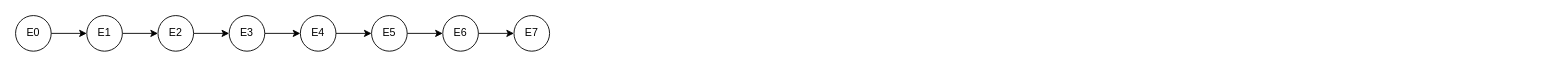
rulgamer03/Mapas keeps this draw.io diagram as Untitled Diagram.drawio. Above is the earlier version. Source tidied: cells renumbered, new cells numbered last; positions are measured from the earlier drawing's top-left corner, leaving out a move shared by most shapes. Both pictures are drawn from the tidied source at 89%, with x=0, y=0 at pixel (15, 15).
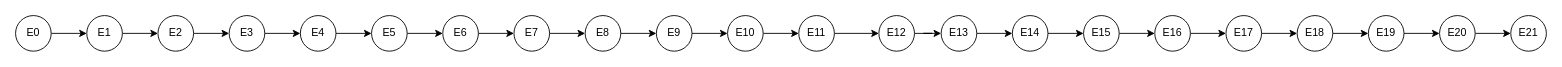
Above is the later version.

Unchanged cells that the change refers to:
```xml
<mxCell id="16" value="E7" style="ellipse;whiteSpace=wrap;html=1;" parent="1" vertex="1">
  <mxGeometry x="560" width="40" height="40" as="geometry" />
</mxCell>
```

Change to the diagram source:
```diff
@@
+    <mxCell id="17" style="edgeStyle=orthogonalEdgeStyle;rounded=0;jettySize=auto;html=1;" parent="1" edge="1" source="16" target="19">
+      <mxGeometry relative="1" as="geometry" />
+    </mxCell>
@@
+    <mxCell id="18" style="edgeStyle=orthogonalEdgeStyle;rounded=0;jettySize=auto;html=1;" parent="1" edge="1" source="19" target="21">
+      <mxGeometry relative="1" as="geometry" />
+    </mxCell>
+    <mxCell id="19" value="E8" style="ellipse;whiteSpace=wrap;html=1;" parent="1" vertex="1">
+      <mxGeometry x="640" width="40" height="40" as="geometry" />
+    </mxCell>
+    <mxCell id="20" style="edgeStyle=orthogonalEdgeStyle;rounded=0;jettySize=auto;html=1;" parent="1" edge="1" source="21" target="23">
+      <mxGeometry relative="1" as="geometry" />
+    </mxCell>
+    <mxCell id="21" value="E9" style="ellipse;whiteSpace=wrap;html=1;" parent="1" vertex="1">
+      <mxGeometry x="720" width="40" height="40" as="geometry" />
+    </mxCell>
+    <mxCell id="22" style="edgeStyle=orthogonalEdgeStyle;rounded=0;jettySize=auto;html=1;" parent="1" edge="1" source="23" target="25">
+      <mxGeometry relative="1" as="geometry" />
+    </mxCell>
+    <mxCell id="23" value="E10" style="ellipse;whiteSpace=wrap;html=1;" parent="1" vertex="1">
+      <mxGeometry x="800" width="40" height="40" as="geometry" />
+    </mxCell>
+    <mxCell id="24" style="edgeStyle=orthogonalEdgeStyle;rounded=0;jettySize=auto;html=1;" parent="1" edge="1" source="25" target="27">
+      <mxGeometry relative="1" as="geometry" />
+    </mxCell>
+    <mxCell id="25" value="E11" style="ellipse;whiteSpace=wrap;html=1;" parent="1" vertex="1">
+      <mxGeometry x="880" width="40" height="40" as="geometry" />
+    </mxCell>
+    <mxCell id="26" style="edgeStyle=orthogonalEdgeStyle;rounded=0;jettySize=auto;html=1;" parent="1" edge="1" source="27" target="29">
+      <mxGeometry relative="1" as="geometry" />
+    </mxCell>
+    <mxCell id="27" value="E12" style="ellipse;whiteSpace=wrap;html=1;" parent="1" vertex="1">
+      <mxGeometry x="970" width="40" height="40" as="geometry" />
+    </mxCell>
+    <mxCell id="28" style="edgeStyle=orthogonalEdgeStyle;rounded=0;jettySize=auto;html=1;" parent="1" edge="1" source="29" target="31">
+      <mxGeometry relative="1" as="geometry" />
+    </mxCell>
+    <mxCell id="29" value="E13" style="ellipse;whiteSpace=wrap;html=1;" parent="1" vertex="1">
+      <mxGeometry x="1040" width="40" height="40" as="geometry" />
+    </mxCell>
+    <mxCell id="30" style="edgeStyle=orthogonalEdgeStyle;rounded=0;jettySize=auto;html=1;" parent="1" edge="1" source="31" target="33">
+      <mxGeometry relative="1" as="geometry" />
+    </mxCell>
+    <mxCell id="31" value="E14" style="ellipse;whiteSpace=wrap;html=1;" parent="1" vertex="1">
+      <mxGeometry x="1120" width="40" height="40" as="geometry" />
+    </mxCell>
+    <mxCell id="32" style="edgeStyle=orthogonalEdgeStyle;rounded=0;jettySize=auto;html=1;" parent="1" edge="1" source="33" target="35">
+      <mxGeometry relative="1" as="geometry" />
+    </mxCell>
+    <mxCell id="33" value="E15" style="ellipse;whiteSpace=wrap;html=1;" parent="1" vertex="1">
+      <mxGeometry x="1200" width="40" height="40" as="geometry" />
+    </mxCell>
+    <mxCell id="34" style="edgeStyle=orthogonalEdgeStyle;rounded=0;jettySize=auto;html=1;" parent="1" edge="1" source="35" target="37">
+      <mxGeometry relative="1" as="geometry" />
+    </mxCell>
+    <mxCell id="35" value="E16" style="ellipse;whiteSpace=wrap;html=1;" parent="1" vertex="1">
+      <mxGeometry x="1280" width="40" height="40" as="geometry" />
+    </mxCell>
+    <mxCell id="36" style="edgeStyle=orthogonalEdgeStyle;rounded=0;jettySize=auto;html=1;" parent="1" edge="1" source="37" target="39">
+      <mxGeometry relative="1" as="geometry" />
+    </mxCell>
+    <mxCell id="37" value="E17" style="ellipse;whiteSpace=wrap;html=1;" parent="1" vertex="1">
+      <mxGeometry x="1360" width="40" height="40" as="geometry" />
+    </mxCell>
+    <mxCell id="38" style="edgeStyle=orthogonalEdgeStyle;rounded=0;jettySize=auto;html=1;" parent="1" edge="1" source="39" target="41">
+      <mxGeometry relative="1" as="geometry" />
+    </mxCell>
+    <mxCell id="39" value="E18" style="ellipse;whiteSpace=wrap;html=1;" parent="1" vertex="1">
+      <mxGeometry x="1440" width="40" height="40" as="geometry" />
+    </mxCell>
+    <mxCell id="40" style="edgeStyle=orthogonalEdgeStyle;rounded=0;jettySize=auto;html=1;" parent="1" edge="1" source="41" target="43">
+      <mxGeometry relative="1" as="geometry" />
+    </mxCell>
+    <mxCell id="41" value="E19" style="ellipse;whiteSpace=wrap;html=1;" parent="1" vertex="1">
+      <mxGeometry x="1520" width="40" height="40" as="geometry" />
+    </mxCell>
+    <mxCell id="42" style="edgeStyle=orthogonalEdgeStyle;rounded=0;jettySize=auto;html=1;" parent="1" edge="1" source="43" target="44">
+      <mxGeometry relative="1" as="geometry" />
+    </mxCell>
+    <mxCell id="43" value="E20" style="ellipse;whiteSpace=wrap;html=1;" parent="1" vertex="1">
+      <mxGeometry x="1600" width="40" height="40" as="geometry" />
+    </mxCell>
+    <mxCell id="44" value="E21" style="ellipse;whiteSpace=wrap;html=1;" parent="1" vertex="1">
+      <mxGeometry x="1680" width="40" height="40" as="geometry" />
+    </mxCell>
```
